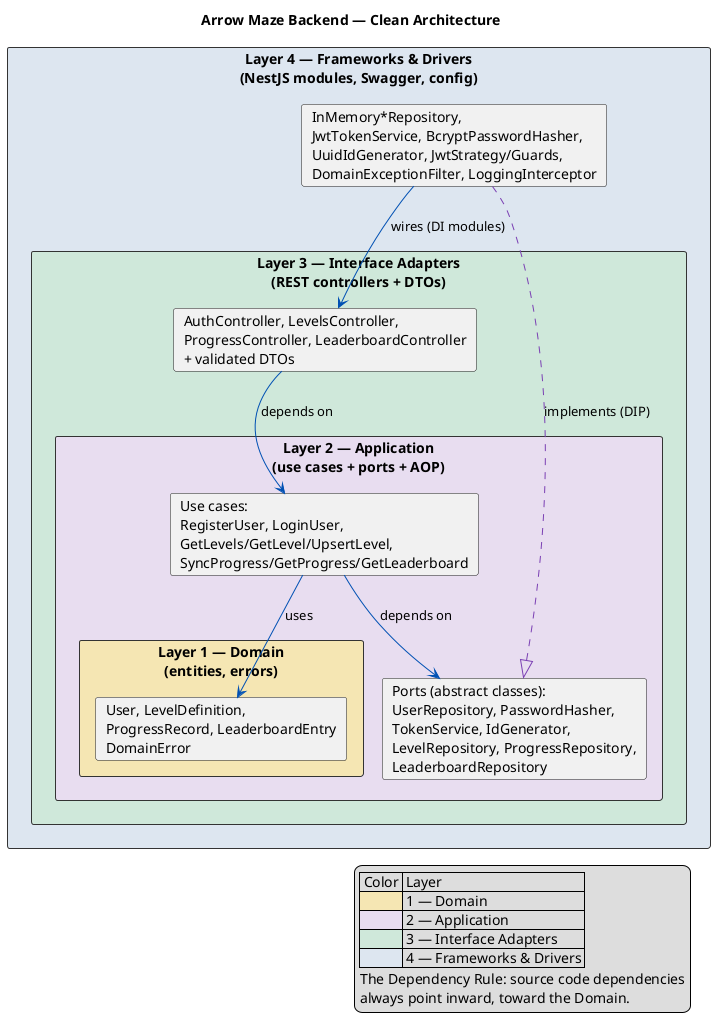
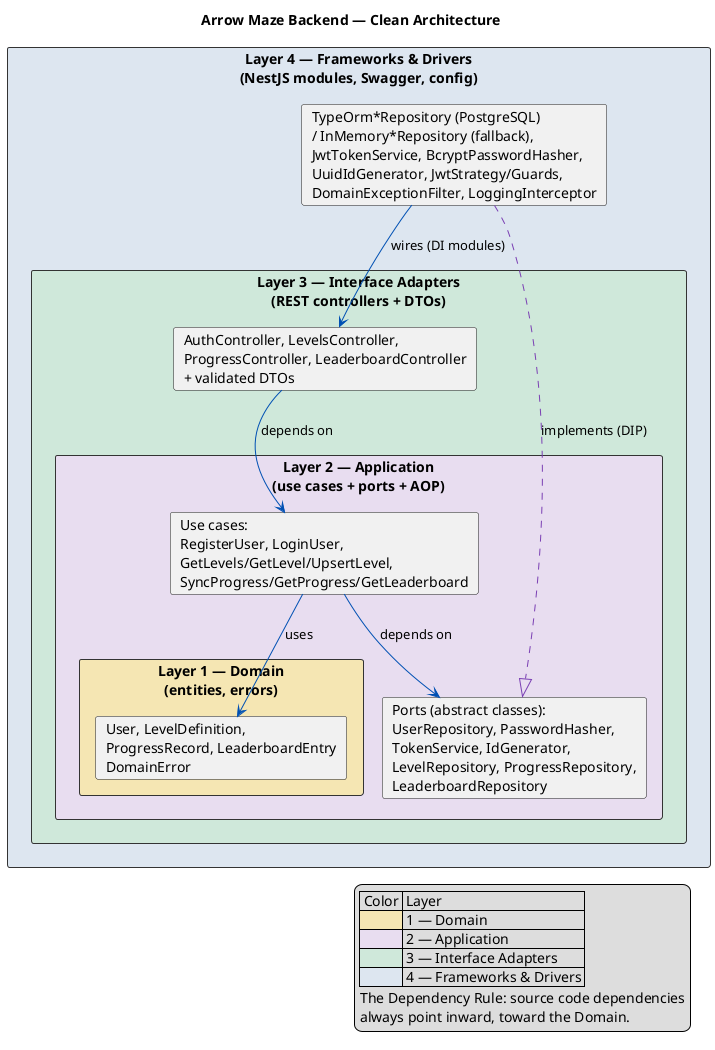
@startuml clean-architecture
' Arrow Maze Backend — Clean Architecture (concentric layers + dependency rule)
title Arrow Maze Backend — Clean Architecture

skinparam rectangle {
  BorderColor #333333
  FontStyle bold
}
skinparam shadowing false

rectangle "Layer 4 — Frameworks & Drivers\n(NestJS modules, Swagger, config)" #DDE6F0 {
  rectangle "Layer 3 — Interface Adapters\n(REST controllers + DTOs)" #CFE8DA {
    rectangle "Layer 2 — Application\n(use cases + ports + AOP)" #E8DDF0 {
      rectangle "Layer 1 — Domain\n(entities, errors)" #F5E6B3 {
        card "User, LevelDefinition,\nProgressRecord, LeaderboardEntry\nDomainError" as DOMAIN
      }
      card "Use cases:\nRegisterUser, LoginUser,\nGetLevels/GetLevel/UpsertLevel,\nSyncProgress/GetProgress/GetLeaderboard" as USECASES
      card "Ports (abstract classes):\nUserRepository, PasswordHasher,\nTokenService, IdGenerator,\nLevelRepository, ProgressRepository,\nLeaderboardRepository" as PORTS
    }
    card "AuthController, LevelsController,\nProgressController, LeaderboardController\n+ validated DTOs" as CONTROLLERS
  }
-   card "InMemory*Repository,\nJwtTokenService, BcryptPasswordHasher,\nUuidIdGenerator, JwtStrategy/Guards,\nDomainExceptionFilter, LoggingInterceptor" as INFRA
+   card "TypeOrm*Repository (PostgreSQL)\n/ InMemory*Repository (fallback),\nJwtTokenService, BcryptPasswordHasher,\nUuidIdGenerator, JwtStrategy/Guards,\nDomainExceptionFilter, LoggingInterceptor" as INFRA
}

' Dependency rule: arrows always point INWARD
CONTROLLERS -[#0050B3]-> USECASES : depends on
USECASES -[#0050B3]-> PORTS : depends on
USECASES -[#0050B3]-> DOMAIN : uses
INFRA .[#7A3FB3].|> PORTS : implements (DIP)
INFRA -[#0050B3]-> CONTROLLERS : wires (DI modules)

legend right
  | Color | Layer |
  | <#F5E6B3> | 1 — Domain |
  | <#E8DDF0> | 2 — Application |
  | <#CFE8DA> | 3 — Interface Adapters |
  | <#DDE6F0> | 4 — Frameworks & Drivers |
  The Dependency Rule: source code dependencies
  always point inward, toward the Domain.
endlegend
@enduml
